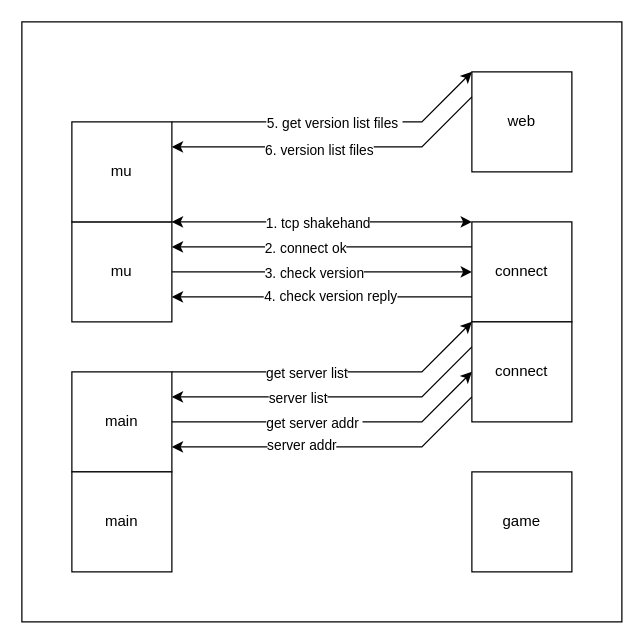
Before: docs/auto_update.drawio in xujintao/balgass, a draw.io diagram. Source tidied: cells renumbered, new cells numbered last; positions are measured from the earlier drawing's top-left corner, leaving out a move shared by most shapes. Both pictures are drawn from the tidied source at 125%, with x=0, y=0 at pixel (21, 21).
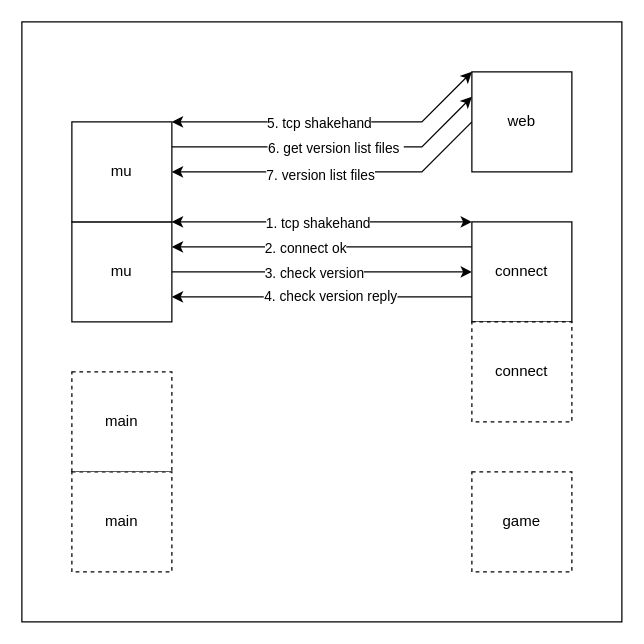
After the change.

Commit message (it also covers changes not shown here):
docs: add server list

The change refers to these unchanged cells:
```xml
<mxCell id="15" value="web" style="rounded=0;whiteSpace=wrap;html=1;" parent="1" vertex="1">
  <mxGeometry x="360" y="40" width="80" height="80" as="geometry" />
</mxCell>
<mxCell id="29" value="mu" style="rounded=0;whiteSpace=wrap;html=1;" parent="1" vertex="1">
  <mxGeometry x="40" y="80" width="80" height="80" as="geometry" />
</mxCell>
```

The edit, as a diff of the source:
```diff
@@
-    <mxCell id="3" value="main" style="rounded=0;whiteSpace=wrap;html=1;" parent="1" vertex="1">
+    <mxCell id="3" value="main" style="rounded=0;whiteSpace=wrap;html=1;dashed=1;" parent="1" vertex="1">
       <mxGeometry x="40" y="280" width="80" height="80" as="geometry" />
     </mxCell>
-    <mxCell id="4" value="game" style="rounded=0;whiteSpace=wrap;html=1;" parent="1" vertex="1">
+    <mxCell id="4" value="game" style="rounded=0;whiteSpace=wrap;html=1;dashed=1;" parent="1" vertex="1">
       <mxGeometry x="360" y="360" width="80" height="80" as="geometry" />
     </mxCell>
@@
-    <mxCell id="16" style="endArrow=classic;html=1;rounded=0;entryX=0;entryY=0;entryDx=0;entryDy=0;exitX=1;exitY=0;exitDx=0;exitDy=0;" parent="1" edge="1" source="29" target="15">
+    <mxCell id="16" style="endArrow=classic;html=1;rounded=0;entryX=0;entryY=0.25;entryDx=0;entryDy=0;exitX=1;exitY=0.25;exitDx=0;exitDy=0;" parent="1" edge="1" source="29" target="15">
       <mxGeometry relative="1" as="geometry">
         <Array as="points">
-          <mxPoint x="320" y="80" />
+          <mxPoint x="320" y="100" />
         </Array>
       </mxGeometry>
     </mxCell>
-    <mxCell id="17" value="5. get version list files&amp;nbsp;" style="edgeLabel;html=1;align=center;verticalAlign=middle;" parent="16" vertex="1">
+    <mxCell id="17" value="6. get version list files&amp;nbsp;" style="edgeLabel;html=1;align=center;verticalAlign=middle;" parent="16" vertex="1">
       <mxGeometry x="-0.06" y="-4" relative="1" as="geometry">
-        <mxPoint x="8" y="-4" as="offset" />
+        <mxPoint x="9" y="-4" as="offset" />
       </mxGeometry>
     </mxCell>
-    <mxCell id="18" style="endArrow=classic;html=1;rounded=0;exitX=0;exitY=0.25;exitDx=0;exitDy=0;entryX=1;entryY=0.25;entryDx=0;entryDy=0;" parent="1" edge="1" source="15" target="29">
+    <mxCell id="18" style="endArrow=classic;html=1;rounded=0;exitX=0;exitY=0.5;exitDx=0;exitDy=0;entryX=1;entryY=0.5;entryDx=0;entryDy=0;" parent="1" edge="1" source="15" target="29">
       <mxGeometry relative="1" as="geometry">
         <Array as="points">
-          <mxPoint x="320" y="100" />
+          <mxPoint x="320" y="120" />
         </Array>
       </mxGeometry>
     </mxCell>
-    <mxCell id="19" value="6. version list files" style="edgeLabel;html=1;align=center;verticalAlign=middle;" parent="18" vertex="1">
+    <mxCell id="19" value="7. version list files" style="edgeLabel;html=1;align=center;verticalAlign=middle;" parent="18" vertex="1">
       <mxGeometry x="-0.12" relative="1" as="geometry">
-        <mxPoint x="-26" y="2" as="offset" />
+        <mxPoint x="-25" y="2" as="offset" />
       </mxGeometry>
     </mxCell>
-    <mxCell id="20" style="endArrow=classic;html=1;rounded=0;exitX=1;exitY=0;exitDx=0;exitDy=0;entryX=0;entryY=0;entryDx=0;entryDy=0;" parent="1" edge="1" source="3" target="30">
-      <mxGeometry relative="1" as="geometry">
-        <Array as="points">
-          <mxPoint x="320" y="280" />
-        </Array>
-      </mxGeometry>
-    </mxCell>
-    <mxCell id="21" value="get server list" style="edgeLabel;html=1;align=center;verticalAlign=middle;" parent="20" vertex="1">
-      <mxGeometry x="-0.33" relative="1" as="geometry">
-        <mxPoint x="21" as="offset" />
-      </mxGeometry>
-    </mxCell>
-    <mxCell id="22" style="endArrow=classic;html=1;rounded=0;entryX=1;entryY=0.25;entryDx=0;entryDy=0;exitX=0;exitY=0.25;exitDx=0;exitDy=0;" parent="1" edge="1" source="30" target="3">
-      <mxGeometry relative="1" as="geometry">
-        <Array as="points">
-          <mxPoint x="320" y="300" />
-        </Array>
-      </mxGeometry>
-    </mxCell>
-    <mxCell id="23" value="server list" style="edgeLabel;html=1;align=center;verticalAlign=middle;" parent="22" vertex="1">
-      <mxGeometry x="0.39" y="3" relative="1" as="geometry">
-        <mxPoint x="22" y="-3" as="offset" />
-      </mxGeometry>
-    </mxCell>
-    <mxCell id="24" style="endArrow=classic;html=1;rounded=0;exitX=1;exitY=0.5;exitDx=0;exitDy=0;entryX=0;entryY=0.5;entryDx=0;entryDy=0;" parent="1" edge="1" source="3" target="30">
-      <mxGeometry relative="1" as="geometry">
-        <Array as="points">
-          <mxPoint x="320" y="320" />
-        </Array>
-      </mxGeometry>
-    </mxCell>
-    <mxCell id="25" value="get server addr&amp;nbsp;" style="edgeLabel;html=1;align=center;verticalAlign=middle;" parent="24" vertex="1">
-      <mxGeometry x="-0.39" y="-1" relative="1" as="geometry">
-        <mxPoint x="35" y="-1" as="offset" />
-      </mxGeometry>
-    </mxCell>
-    <mxCell id="26" style="endArrow=classic;html=1;rounded=0;entryX=1;entryY=0.75;entryDx=0;entryDy=0;exitX=0;exitY=0.75;exitDx=0;exitDy=0;" parent="1" edge="1" source="30" target="3">
-      <mxGeometry relative="1" as="geometry">
-        <Array as="points">
-          <mxPoint x="320" y="340" />
-        </Array>
-      </mxGeometry>
-    </mxCell>
-    <mxCell id="27" value="server addr" style="edgeLabel;html=1;align=center;verticalAlign=middle;" parent="26" vertex="1">
-      <mxGeometry x="0.53" y="-2" relative="1" as="geometry">
-        <mxPoint x="43" as="offset" />
-      </mxGeometry>
-    </mxCell>
-    <mxCell id="28" value="main" style="rounded=0;whiteSpace=wrap;html=1;" parent="1" vertex="1">
+    <mxCell id="28" value="main" style="rounded=0;whiteSpace=wrap;html=1;dashed=1;" parent="1" vertex="1">
       <mxGeometry x="40" y="360" width="80" height="80" as="geometry" />
     </mxCell>
@@
-    <mxCell id="30" value="connect" style="rounded=0;whiteSpace=wrap;html=1;" parent="1" vertex="1">
+    <mxCell id="30" value="connect" style="rounded=0;whiteSpace=wrap;html=1;dashed=1;" parent="1" vertex="1">
       <mxGeometry x="360" y="240" width="80" height="80" as="geometry" />
     </mxCell>
+    <mxCell id="31" style="endArrow=classic;startArrow=classic;html=1;rounded=0;exitX=1;exitY=0;exitDx=0;exitDy=0;entryX=0;entryY=0;entryDx=0;entryDy=0;" parent="1" edge="1" source="29" target="15">
+      <mxGeometry relative="1" as="geometry">
+        <Array as="points">
+          <mxPoint x="320" y="80" />
+        </Array>
+      </mxGeometry>
+    </mxCell>
+    <mxCell id="32" value="5. tcp shakehand" style="edgeLabel;html=1;align=center;verticalAlign=middle;" parent="31" vertex="1">
+      <mxGeometry x="-0.09" y="-1" relative="1" as="geometry">
+        <mxPoint y="-1" as="offset" />
+      </mxGeometry>
+    </mxCell>
```
